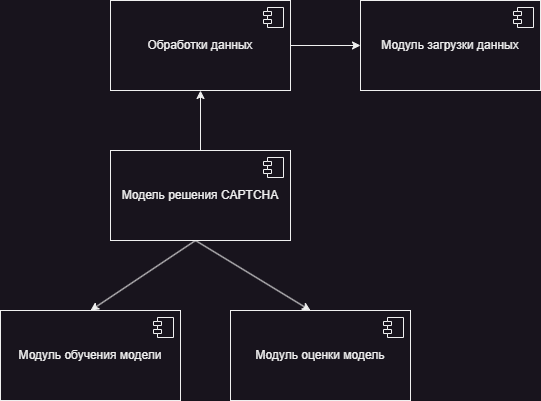
Before: img/Component_diagram.png, a diagram exported from draw.io (lihachev9/CAPTCHA). Source tidied: cells renumbered, new cells last; positions are measured from the earlier drawing's top-left corner, leaving out a move shared by most shapes.
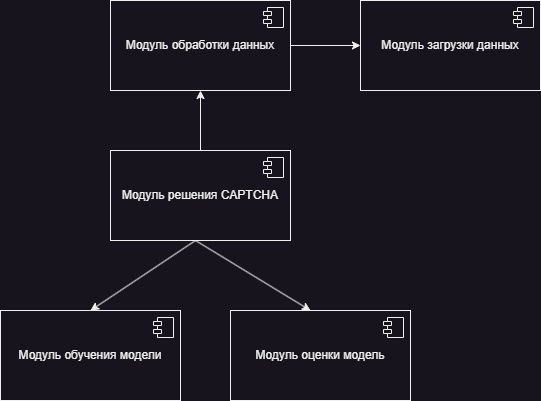
After the change.

Diff of the diagram source:
```diff
@@ -20,7 +20,7 @@
         <mxPoint x="90" y="310" as="targetPoint" />
       </mxGeometry>
     </mxCell>
-    <mxCell id="6" value="Модель решения CAPTCHA" style="html=1;whiteSpace=wrap;" parent="1" vertex="1">
+    <mxCell id="6" value="Модуль&amp;nbsp;решения CAPTCHA" style="html=1;whiteSpace=wrap;" parent="1" vertex="1">
       <mxGeometry x="110" y="150" width="180" height="90" as="geometry" />
     </mxCell>
     <mxCell id="7" style="shape=module;jettyWidth=8;jettyHeight=4;" parent="6" vertex="1">
@@ -44,7 +44,7 @@
         <mxPoint x="-27" y="7" as="offset" />
       </mxGeometry>
     </mxCell>
-    <mxCell id="12" value="Обработки данных" style="html=1;whiteSpace=wrap;" parent="1" vertex="1">
+    <mxCell id="12" value="Модуль обработки данных" style="html=1;whiteSpace=wrap;" parent="1" vertex="1">
       <mxGeometry x="110" width="180" height="90" as="geometry" />
     </mxCell>
     <mxCell id="13" style="shape=module;jettyWidth=8;jettyHeight=4;" parent="12" vertex="1">
```
